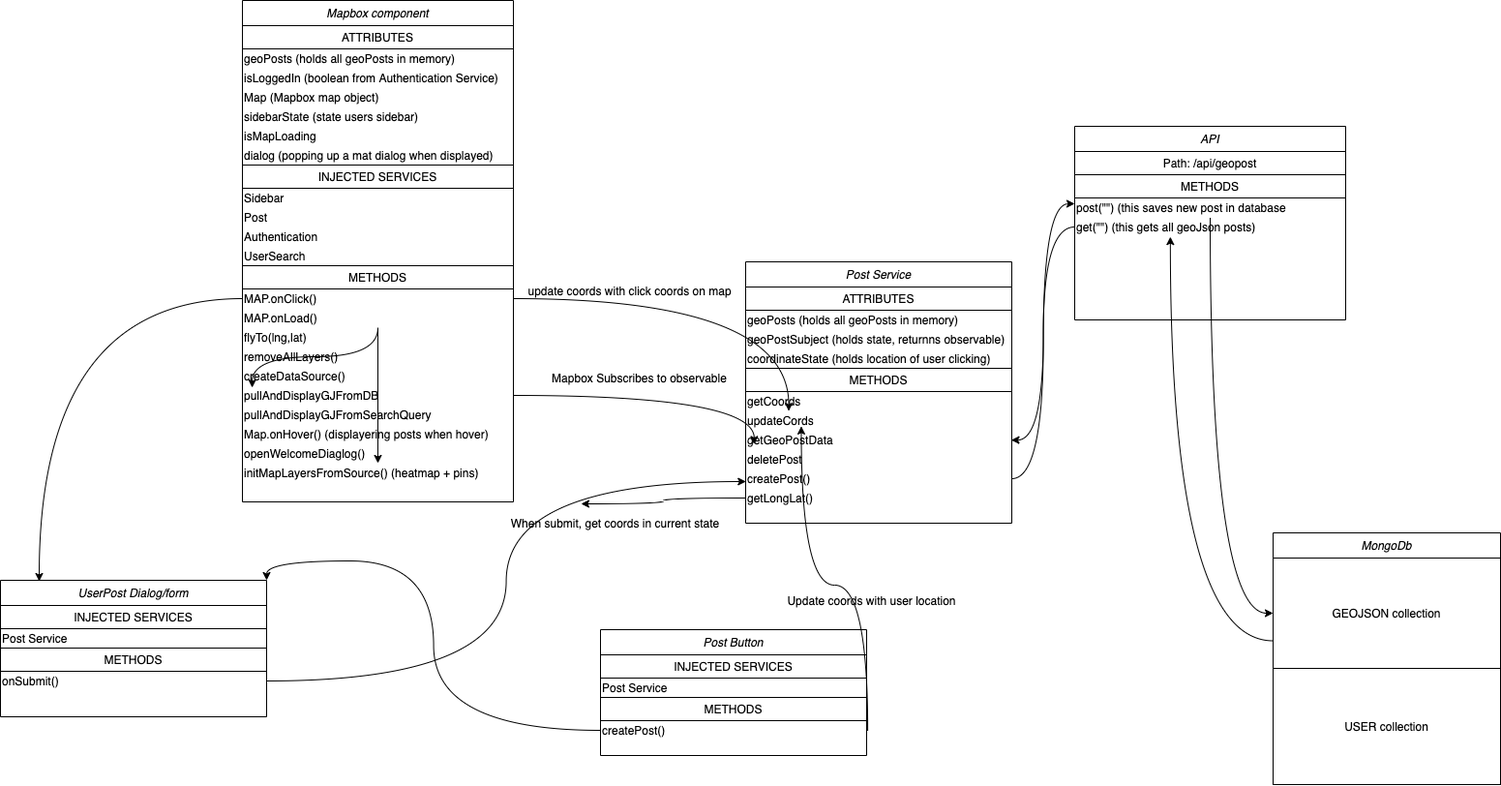
This is supporting_images/post.png from edysfy/Group_website, a draw.io export, as it was before one commit. Source tidied: cells renumbered, new cells last; positions are measured from the earlier drawing's top-left corner, leaving out a move shared by most shapes.
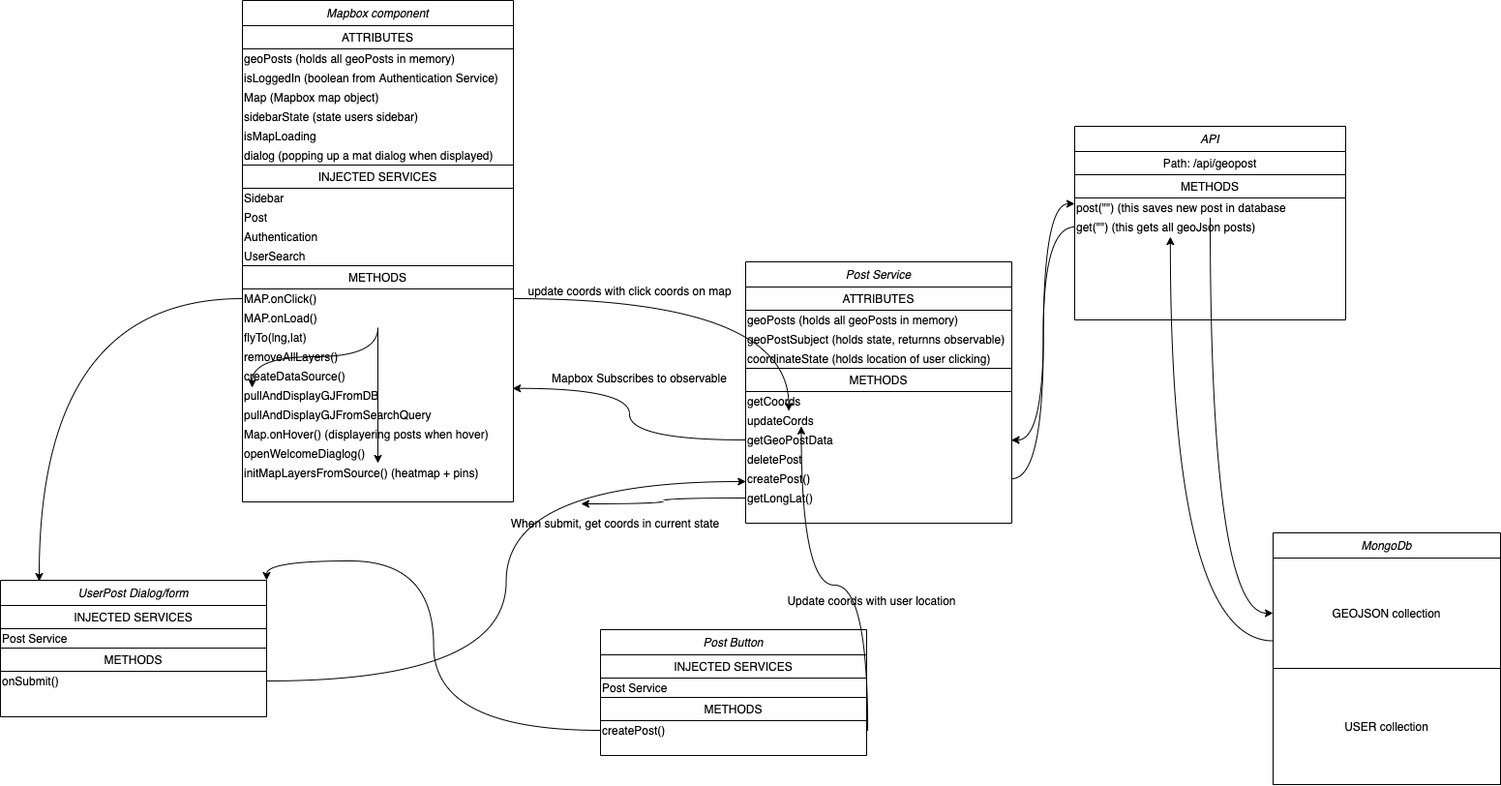
The same diagram one commit later.

Diff of the diagram source:
```diff
@@ -196,9 +196,6 @@
     <mxCell id="65" style="edgeStyle=orthogonalEdgeStyle;curved=1;rounded=0;jettySize=auto;html=1;entryX=0.162;entryY=0.007;entryDx=0;entryDy=0;entryPerimeter=0;" parent="1" edge="1" source="35" target="9">
       <mxGeometry relative="1" as="geometry" />
     </mxCell>
-    <mxCell id="66" style="edgeStyle=orthogonalEdgeStyle;curved=1;rounded=0;jettySize=auto;html=1;entryX=0.032;entryY=-0.279;entryDx=0;entryDy=0;entryPerimeter=0;" parent="1" edge="1" source="42" target="11">
-      <mxGeometry relative="1" as="geometry" />
-    </mxCell>
     <mxCell id="67" style="edgeStyle=orthogonalEdgeStyle;curved=1;rounded=0;jettySize=auto;html=1;entryX=0.001;entryY=0.65;entryDx=0;entryDy=0;entryPerimeter=0;" parent="1" edge="1" source="62" target="12">
       <mxGeometry relative="1" as="geometry" />
     </mxCell>
@@ -219,5 +216,8 @@
     <mxCell id="72" value="update coords with click coords on map" style="text;html=1;align=center;verticalAlign=middle;strokeColor=none;" parent="1" vertex="1">
       <mxGeometry x="535" y="290" width="230" height="20" as="geometry" />
     </mxCell>
+    <mxCell id="73" style="edgeStyle=orthogonalEdgeStyle;curved=1;rounded=0;jettySize=auto;html=1;entryX=0.997;entryY=0.136;entryDx=0;entryDy=0;entryPerimeter=0;" parent="1" edge="1" source="10" target="42">
+      <mxGeometry relative="1" as="geometry" />
+    </mxCell>
   </root>
 </mxGraphModel>
```
